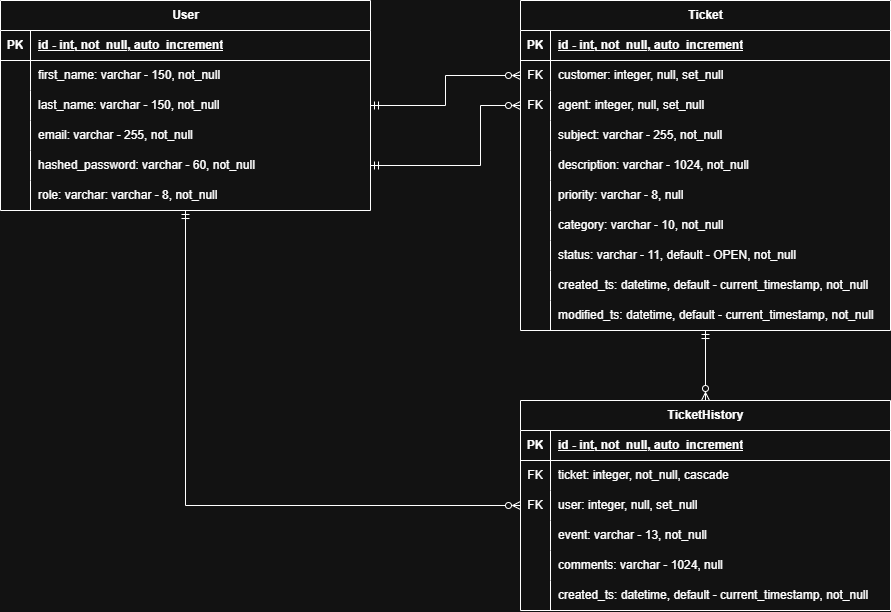
The draw.io diagram docs/ER Diagram.png in RaviBhalani/support-ticket-management-api-service, before a commit. Source tidied: cells renumbered, new cells last; positions are measured from the earlier drawing's top-left corner, leaving out a move shared by most shapes.
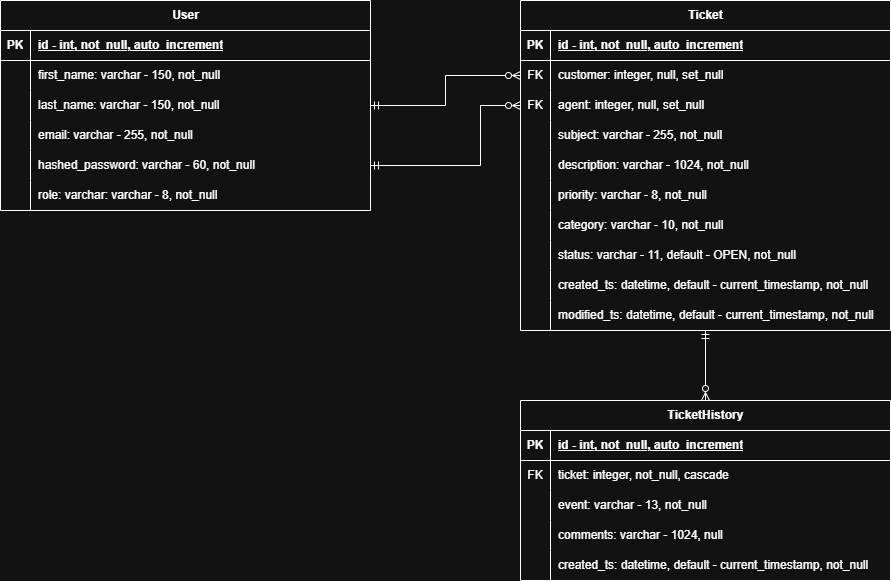
Above is the later version.

Commit message:
feature/ticket

[*] Update the ER diagram as user FK is removed from the ticket history as agent FK is already present in ticket and this field becomes redundant.

Diff of the diagram source:
```diff
@@ -2,9 +2,6 @@
   <root>
     <mxCell id="0" />
     <mxCell id="1" parent="0" />
-    <mxCell id="2" style="edgeStyle=orthogonalEdgeStyle;rounded=0;jettySize=auto;html=1;endArrow=ERzeroToMany;endFill=0;startArrow=ERmandOne;startFill=0;" parent="1" edge="1" source="3" target="61">
-      <mxGeometry relative="1" as="geometry" />
-    </mxCell>
     <mxCell id="3" value="User" style="shape=table;startSize=30;rowLines=0;fontStyle=1;align=center;html=1;" parent="1" vertex="1">
       <mxGeometry width="370" height="210" as="geometry" />
     </mxCell>
@@ -119,7 +116,7 @@
     <mxCell id="40" style="shape=partialRectangle;fillColor=none;top=0;left=0;bottom=0;right=0;overflow=hidden;whiteSpace=wrap;html=1;" parent="39" vertex="1">
       <mxGeometry width="30" height="30" as="geometry" />
     </mxCell>
-    <mxCell id="41" value="&lt;div&gt;priority:&amp;nbsp;&lt;span style=&quot;background-color: transparent; color: light-dark(rgb(0, 0, 0), rgb(255, 255, 255));&quot;&gt;varchar - 8, null&lt;/span&gt;&lt;/div&gt;" style="shape=partialRectangle;fillColor=none;top=0;left=0;bottom=0;right=0;align=left;spacingLeft=6;overflow=hidden;whiteSpace=wrap;html=1;" parent="39" vertex="1">
+    <mxCell id="41" value="&lt;div&gt;priority:&amp;nbsp;&lt;span style=&quot;background-color: transparent; color: light-dark(rgb(0, 0, 0), rgb(255, 255, 255));&quot;&gt;varchar - 8, not_null&lt;/span&gt;&lt;/div&gt;" style="shape=partialRectangle;fillColor=none;top=0;left=0;bottom=0;right=0;align=left;spacingLeft=6;overflow=hidden;whiteSpace=wrap;html=1;" parent="39" vertex="1">
       <mxGeometry x="30" width="340" height="30" as="geometry" />
     </mxCell>
     <mxCell id="42" style="shape=tableRow;horizontal=0;startSize=0;swimlaneHead=0;swimlaneBody=0;fillColor=none;top=0;left=0;right=0;bottom=0;" parent="23" vertex="1">
@@ -159,7 +156,7 @@
       <mxGeometry x="30" width="340" height="30" as="geometry" />
     </mxCell>
     <mxCell id="54" value="TicketHistory" style="shape=table;startSize=30;rowLines=0;fontStyle=1;align=center;html=1;" parent="1" vertex="1">
-      <mxGeometry x="520" y="400" width="370" height="210" as="geometry" />
+      <mxGeometry x="520" y="400" width="370" height="180" as="geometry" />
     </mxCell>
     <mxCell id="55" style="shape=tableRow;horizontal=0;startSize=0;swimlaneHead=0;swimlaneBody=0;fillColor=none;top=0;left=0;right=0;bottom=1;" parent="54" vertex="1">
       <mxGeometry y="30" width="370" height="30" as="geometry" />
@@ -179,17 +176,8 @@
     <mxCell id="60" value="&lt;span style=&quot;text-wrap-mode: nowrap;&quot;&gt;ticket: integer, not_null, cascade&lt;/span&gt;" style="shape=partialRectangle;fillColor=none;top=0;left=0;bottom=0;right=0;align=left;spacingLeft=6;overflow=hidden;whiteSpace=wrap;html=1;" parent="58" vertex="1">
       <mxGeometry x="30" width="340" height="30" as="geometry" />
     </mxCell>
-    <mxCell id="61" style="shape=tableRow;horizontal=0;startSize=0;swimlaneHead=0;swimlaneBody=0;fillColor=none;points=[[0,0.5],[1,0.5]];portConstraint=eastwest;top=0;left=0;right=0;bottom=0;" parent="54" vertex="1">
-      <mxGeometry y="90" width="370" height="30" as="geometry" />
-    </mxCell>
-    <mxCell id="62" value="FK" style="shape=partialRectangle;fillColor=none;top=0;left=0;bottom=0;right=0;overflow=hidden;whiteSpace=wrap;html=1;" parent="61" vertex="1">
-      <mxGeometry width="30" height="30" as="geometry" />
-    </mxCell>
-    <mxCell id="63" value="&lt;span style=&quot;text-wrap-mode: nowrap;&quot;&gt;user: integer, null, set_null&lt;/span&gt;" style="shape=partialRectangle;fillColor=none;top=0;left=0;bottom=0;right=0;align=left;spacingLeft=6;overflow=hidden;whiteSpace=wrap;html=1;" parent="61" vertex="1">
-      <mxGeometry x="30" width="340" height="30" as="geometry" />
-    </mxCell>
     <mxCell id="64" style="shape=tableRow;horizontal=0;startSize=0;swimlaneHead=0;swimlaneBody=0;fillColor=none;top=0;left=0;right=0;bottom=0;" parent="54" vertex="1">
-      <mxGeometry y="120" width="370" height="30" as="geometry" />
+      <mxGeometry y="90" width="370" height="30" as="geometry" />
     </mxCell>
     <mxCell id="65" style="shape=partialRectangle;fillColor=none;top=0;left=0;bottom=0;right=0;overflow=hidden;whiteSpace=wrap;html=1;" parent="64" vertex="1">
       <mxGeometry width="30" height="30" as="geometry" />
@@ -198,7 +186,7 @@
       <mxGeometry x="30" width="340" height="30" as="geometry" />
     </mxCell>
     <mxCell id="67" style="shape=tableRow;horizontal=0;startSize=0;swimlaneHead=0;swimlaneBody=0;fillColor=none;top=0;left=0;right=0;bottom=0;" parent="54" vertex="1">
-      <mxGeometry y="150" width="370" height="30" as="geometry" />
+      <mxGeometry y="120" width="370" height="30" as="geometry" />
     </mxCell>
     <mxCell id="68" style="shape=partialRectangle;fillColor=none;top=0;left=0;bottom=0;right=0;overflow=hidden;whiteSpace=wrap;html=1;" parent="67" vertex="1">
       <mxGeometry width="30" height="30" as="geometry" />
@@ -207,7 +195,7 @@
       <mxGeometry x="30" width="340" height="30" as="geometry" />
     </mxCell>
     <mxCell id="70" style="shape=tableRow;horizontal=0;startSize=0;swimlaneHead=0;swimlaneBody=0;fillColor=none;top=0;left=0;right=0;bottom=0;" parent="54" vertex="1">
-      <mxGeometry y="180" width="370" height="30" as="geometry" />
+      <mxGeometry y="150" width="370" height="30" as="geometry" />
     </mxCell>
     <mxCell id="71" style="shape=partialRectangle;fillColor=none;top=0;left=0;bottom=0;right=0;overflow=hidden;whiteSpace=wrap;html=1;" parent="70" vertex="1">
       <mxGeometry width="30" height="30" as="geometry" />
```
